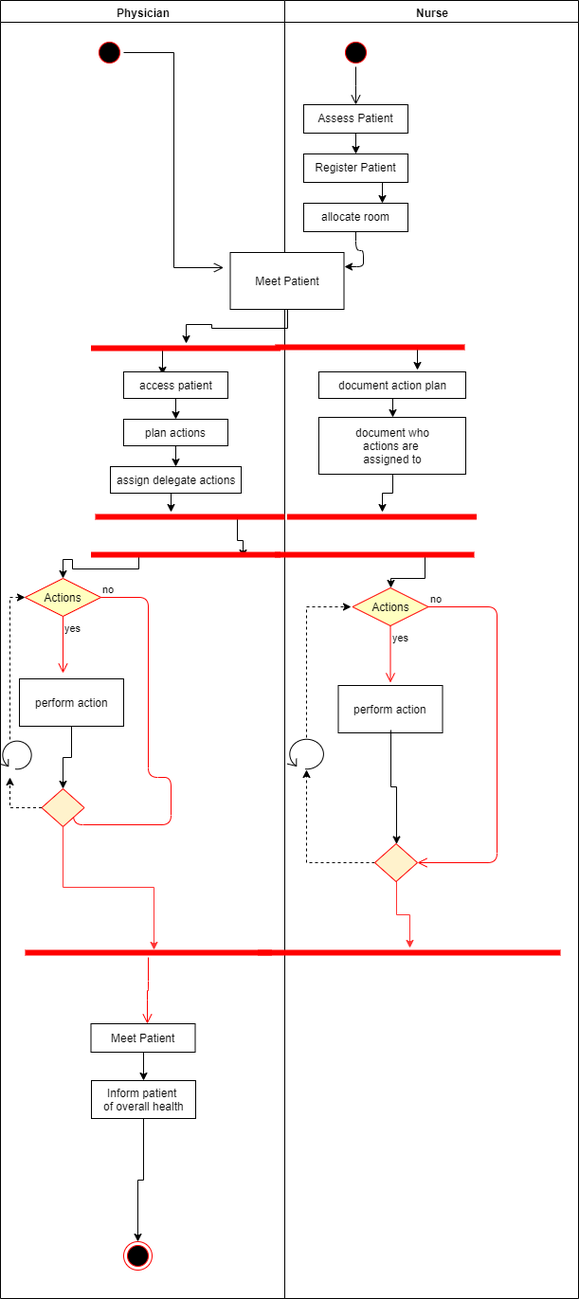
Earlier version of the draw.io export m-t-1.png (kestersimm/drawio). Source tidied: cells renumbered, new cells last; positions are measured from the earlier drawing's top-left corner, leaving out a move shared by most shapes.
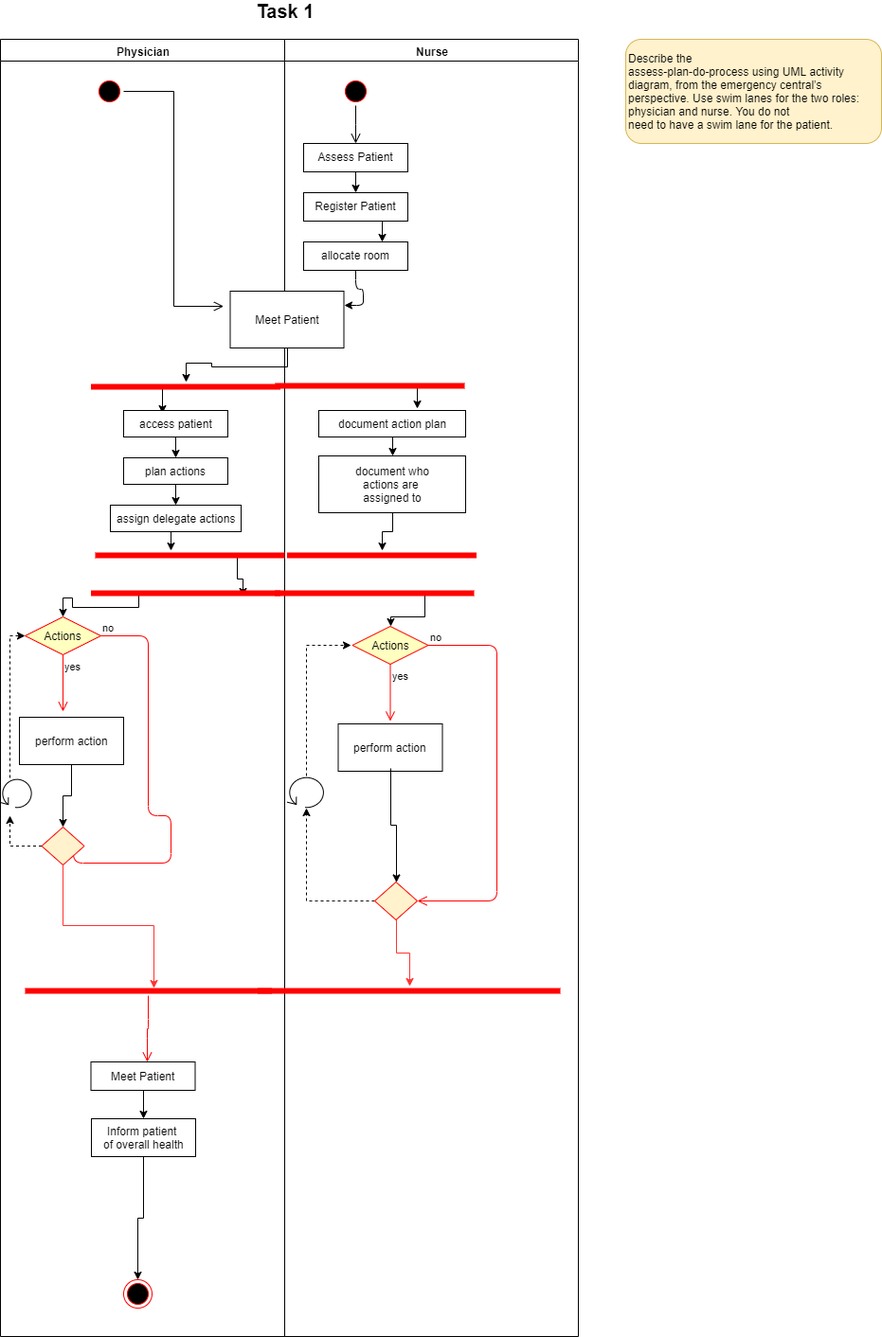
The same file after the commit.

Change to the diagram source:
```diff
@@ -232,5 +232,11 @@
         </Array>
       </mxGeometry>
     </mxCell>
+    <mxCell id="65" value="&lt;p class=&quot;MsoNormal&quot;&gt;&lt;span lang=&quot;EN-US&quot;&gt;Describe the&lt;br&gt;assess-plan-do-process using UML activity diagram, from the emergency central’s&lt;br&gt;perspective. Use swim lanes for the two roles: physician and nurse. You do not&lt;br&gt;need to have a swim lane for the patient.&lt;/span&gt;&lt;/p&gt;" style="rounded=1;whiteSpace=wrap;html=1;fillColor=#fff2cc;strokeColor=#d6b656;align=left;" parent="1" vertex="1">
+      <mxGeometry x="660" width="270" height="110" as="geometry" />
+    </mxCell>
+    <mxCell id="66" value="&lt;b&gt;&lt;font style=&quot;font-size: 20px&quot;&gt;Task 1&lt;/font&gt;&lt;/b&gt;" style="text;html=1;strokeColor=none;fillColor=none;align=center;verticalAlign=middle;whiteSpace=wrap;rounded=0;" parent="1" vertex="1">
+      <mxGeometry x="205" y="-40" width="190" height="20" as="geometry" />
+    </mxCell>
   </root>
 </mxGraphModel>
```
